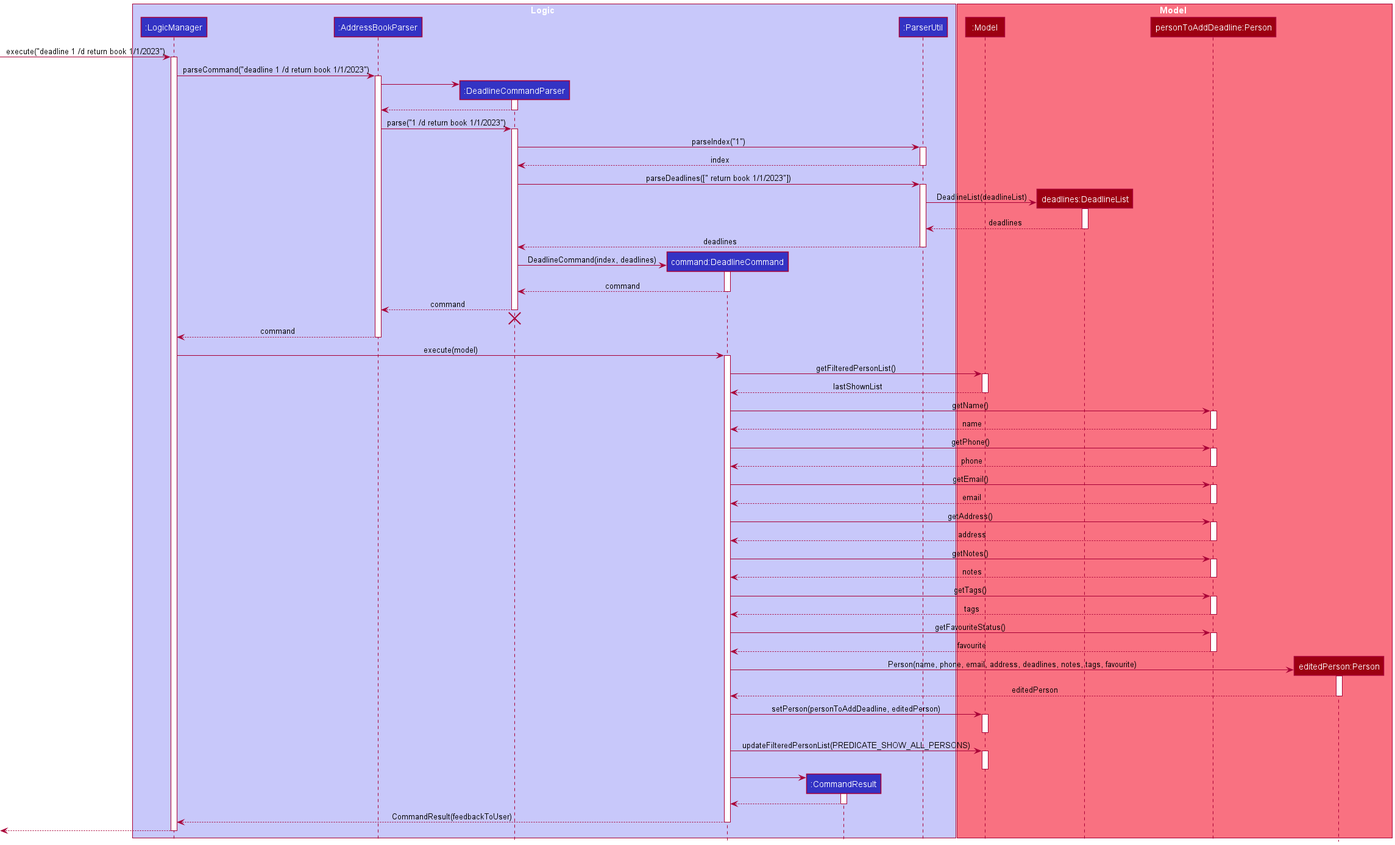
weijuey/tp keeps this PlantUML diagram as docs/images/DeadlineSequenceDiagram.png. Above is the earlier version. Its diagram source:
```plantuml
@startuml
!include style.puml

box Logic LOGIC_COLOR_T1
participant ":LogicManager" as LogicManager LOGIC_COLOR
participant ":AddressBookParser" as AddressBookParser LOGIC_COLOR
participant ":DeadlineCommandParser" as DeadlineCommandParser LOGIC_COLOR
participant "command:DeadlineCommand" as DeadlineCommand LOGIC_COLOR
participant ":CommandResult" as CommandResult LOGIC_COLOR
participant ":ParserUtil" as ParserUtil LOGIC_COLOR
end box

box Model MODEL_COLOR_T1
participant ":Model" as Model MODEL_COLOR
participant "deadlines:DeadlineList" as DeadlineList MODEL_COLOR
participant "personToAddDeadline:Person" as Person1 MODEL_COLOR
participant "editedPerson:Person" as Person2 MODEL_COLOR
end box

[-> LogicManager : execute("deadline 1 /d return book 1/1/2023")
activate LogicManager

LogicManager -> AddressBookParser : parseCommand("deadline 1 /d return book 1/1/2023")
activate AddressBookParser

create DeadlineCommandParser
AddressBookParser -> DeadlineCommandParser
activate DeadlineCommandParser

DeadlineCommandParser --> AddressBookParser
deactivate DeadlineCommandParser

AddressBookParser -> DeadlineCommandParser : parse("1 /d return book 1/1/2023")
activate DeadlineCommandParser

DeadlineCommandParser -> ParserUtil : parseIndex("1")
activate ParserUtil

ParserUtil --> DeadlineCommandParser : index
deactivate ParserUtil

DeadlineCommandParser -> ParserUtil : parseDeadlines([" return book 1/1/2023"])
activate ParserUtil

create DeadlineList
ParserUtil -> DeadlineList : DeadlineList(deadlineList)
activate DeadlineList

DeadlineList --> ParserUtil : deadlines
deactivate DeadlineList

ParserUtil --> DeadlineCommandParser : deadlines
deactivate ParserUtil

create DeadlineCommand
DeadlineCommandParser -> DeadlineCommand : DeadlineCommand(index, deadlines)
activate DeadlineCommand

DeadlineCommand --> DeadlineCommandParser : command
deactivate DeadlineCommand

DeadlineCommandParser --> AddressBookParser : command
deactivate DeadlineCommandParser

DeadlineCommandParser -[hidden]-> AddressBookParser
destroy DeadlineCommandParser

AddressBookParser --> LogicManager : command
deactivate AddressBookParser

LogicManager -> DeadlineCommand : execute(model)
activate DeadlineCommand

DeadlineCommand -> Model : getFilteredPersonList()
activate Model

Model --> DeadlineCommand : lastShownList
deactivate Model

DeadlineCommand -> Person1 : getName()
activate Person1

Person1 --> DeadlineCommand : name
deactivate Person1

DeadlineCommand -> Person1 : getPhone()
activate Person1

Person1 --> DeadlineCommand : phone
deactivate Person1

DeadlineCommand -> Person1 : getEmail()
activate Person1

Person1 --> DeadlineCommand : email
deactivate Person1

DeadlineCommand -> Person1 : getAddress()
activate Person1

Person1 --> DeadlineCommand : address
deactivate Person1

DeadlineCommand -> Person1 : getNotes()
activate Person1

Person1 --> DeadlineCommand : notes
deactivate Person1

DeadlineCommand -> Person1 : getTags()
activate Person1

Person1 --> DeadlineCommand : tags
deactivate Person1

DeadlineCommand -> Person1 : getFavouriteStatus()
activate Person1

Person1 --> DeadlineCommand : favourite
deactivate Person1

create Person2
DeadlineCommand -> Person2 : Person(name, phone, email, address, deadlines, notes, tags, favourite)
activate Person2

Person2 --> DeadlineCommand : editedPerson
deactivate Person2

DeadlineCommand -> Model : setPerson(personToAddDeadline, editedPerson)
activate Model

deactivate Model

DeadlineCommand -> Model : updateFilteredPersonList(PREDICATE_SHOW_ALL_PERSONS)
activate Model

deactivate Model

create CommandResult
DeadlineCommand -> CommandResult
activate CommandResult

CommandResult --> DeadlineCommand
deactivate CommandResult

DeadlineCommand --> LogicManager : CommandResult(feedbackToUser)
deactivate DeadlineCommand

[<--LogicManager
deactivate LogicManager
@enduml
```
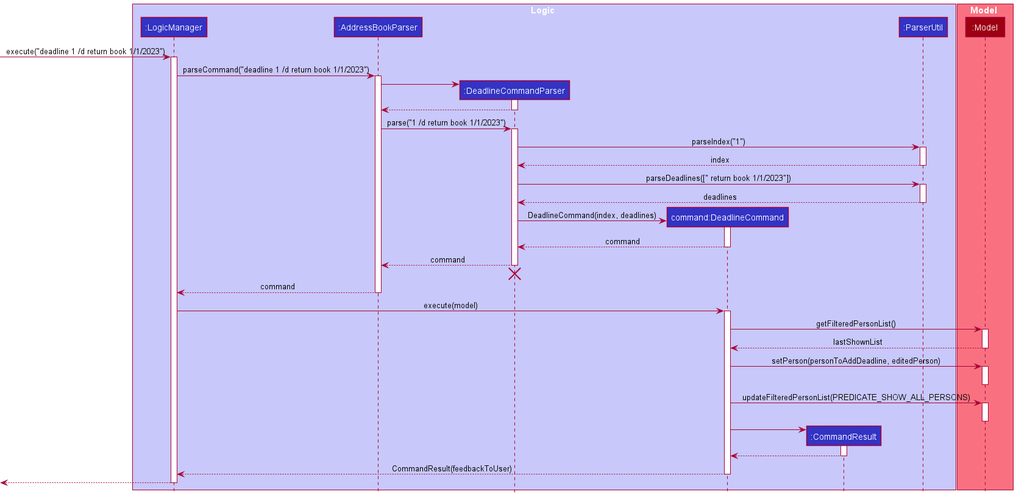
The same diagram one commit later.

What changed in the source:
```diff
@@ -12,9 +12,6 @@
 
 box Model MODEL_COLOR_T1
 participant ":Model" as Model MODEL_COLOR
-participant "deadlines:DeadlineList" as DeadlineList MODEL_COLOR
-participant "personToAddDeadline:Person" as Person1 MODEL_COLOR
-participant "editedPerson:Person" as Person2 MODEL_COLOR
 end box
 
 [-> LogicManager : execute("deadline 1 /d return book 1/1/2023")
@@ -41,13 +38,6 @@
 
 DeadlineCommandParser -> ParserUtil : parseDeadlines([" return book 1/1/2023"])
 activate ParserUtil
-
-create DeadlineList
-ParserUtil -> DeadlineList : DeadlineList(deadlineList)
-activate DeadlineList
-
-DeadlineList --> ParserUtil : deadlines
-deactivate DeadlineList
 
 ParserUtil --> DeadlineCommandParser : deadlines
 deactivate ParserUtil
@@ -77,55 +67,6 @@
 Model --> DeadlineCommand : lastShownList
 deactivate Model
 
-DeadlineCommand -> Person1 : getName()
-activate Person1
-
-Person1 --> DeadlineCommand : name
-deactivate Person1
-
-DeadlineCommand -> Person1 : getPhone()
-activate Person1
-
-Person1 --> DeadlineCommand : phone
-deactivate Person1
-
-DeadlineCommand -> Person1 : getEmail()
-activate Person1
-
-Person1 --> DeadlineCommand : email
-deactivate Person1
-
-DeadlineCommand -> Person1 : getAddress()
-activate Person1
-
-Person1 --> DeadlineCommand : address
-deactivate Person1
-
-DeadlineCommand -> Person1 : getNotes()
-activate Person1
-
-Person1 --> DeadlineCommand : notes
-deactivate Person1
-
-DeadlineCommand -> Person1 : getTags()
-activate Person1
-
-Person1 --> DeadlineCommand : tags
-deactivate Person1
-
-DeadlineCommand -> Person1 : getFavouriteStatus()
-activate Person1
-
-Person1 --> DeadlineCommand : favourite
-deactivate Person1
-
-create Person2
-DeadlineCommand -> Person2 : Person(name, phone, email, address, deadlines, notes, tags, favourite)
-activate Person2
-
-Person2 --> DeadlineCommand : editedPerson
-deactivate Person2
-
 DeadlineCommand -> Model : setPerson(personToAddDeadline, editedPerson)
 activate Model
 
```
